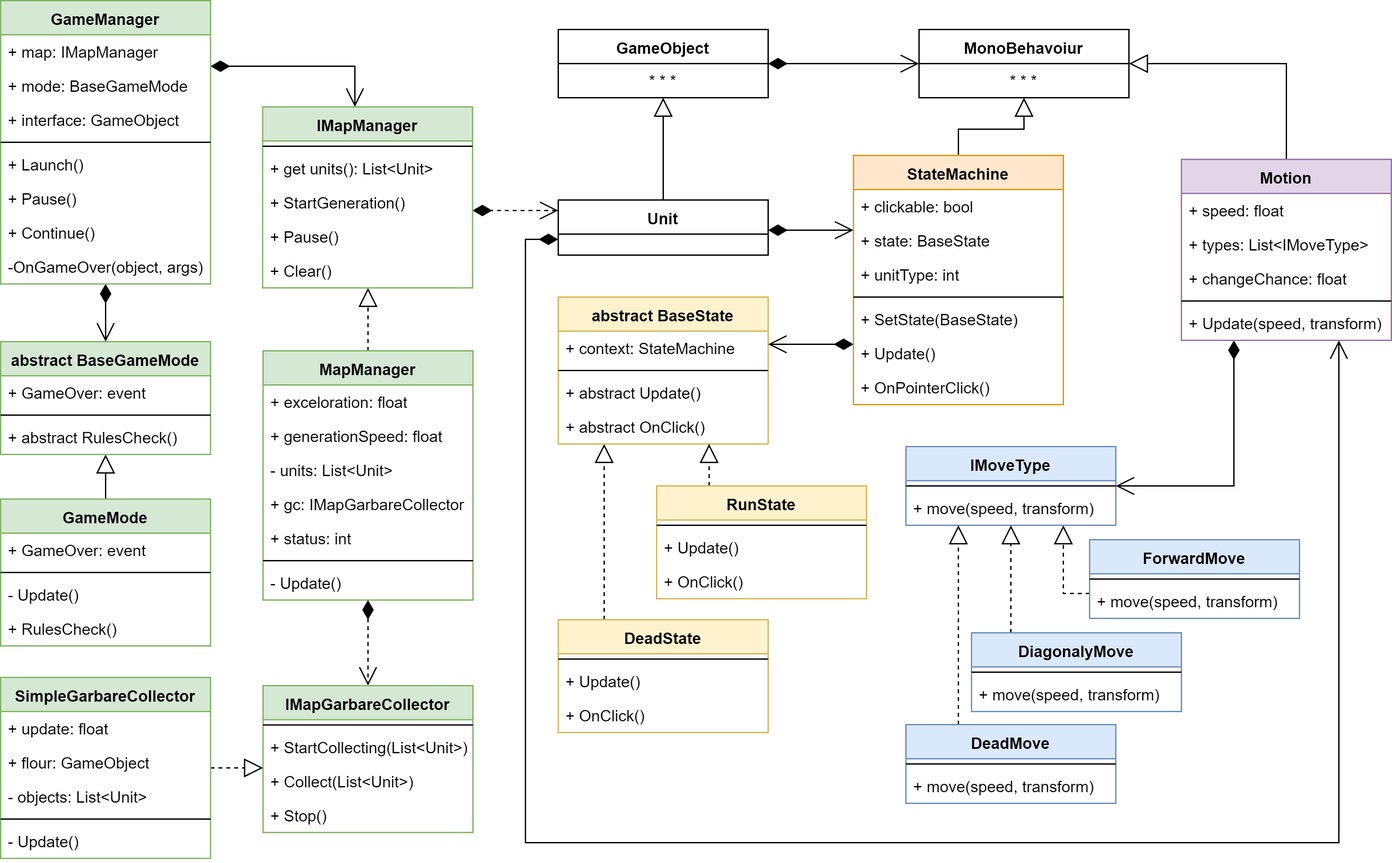
The draw.io diagram Docs/class diagram.png in EdwardBrave/SimpleClicker, before a commit. Source tidied: cells renumbered, new cells last; positions are measured from the earlier drawing's top-left corner, leaving out a move shared by most shapes.
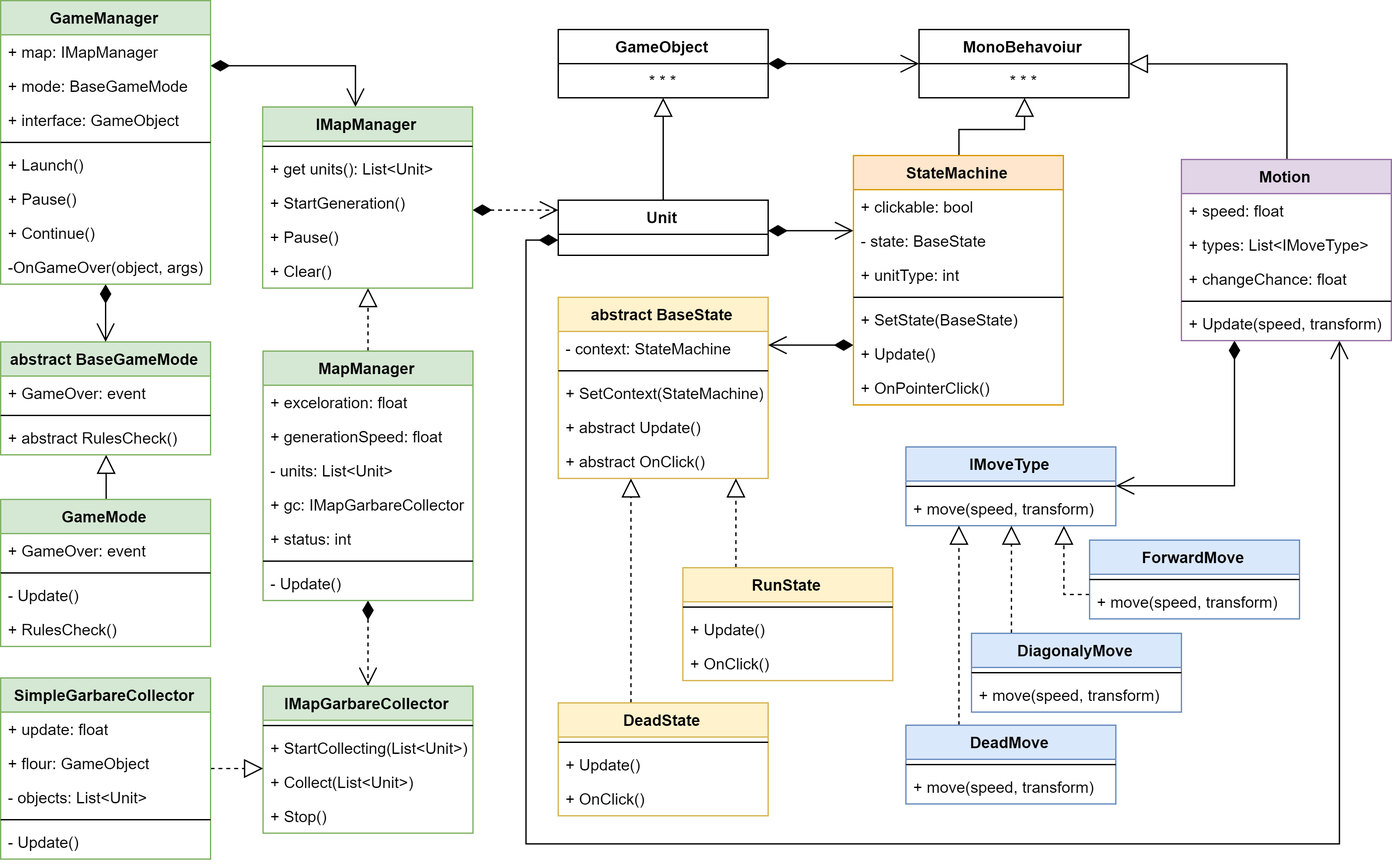
After the commit.

Change to the diagram source:
```diff
@@ -199,13 +199,13 @@
     <mxCell id="52" style="edgeStyle=orthogonalEdgeStyle;rounded=0;jettySize=auto;html=1;endArrow=block;endFill=0;endSize=12;startSize=12;dashed=1;" parent="1" edge="1" source="53" target="57">
       <mxGeometry relative="1" as="geometry">
         <Array as="points">
-          <mxPoint x="460" y="362" />
-          <mxPoint x="460" y="362" />
+          <mxPoint x="480" y="440" />
+          <mxPoint x="480" y="440" />
         </Array>
       </mxGeometry>
     </mxCell>
     <mxCell id="53" value="DeadState" style="swimlane;fontStyle=1;align=center;verticalAlign=top;horizontal=1;startSize=26;fillColor=#fff2cc;strokeColor=#d6b656;" parent="1" vertex="1">
-      <mxGeometry x="425" y="472" width="160" height="86" as="geometry" />
+      <mxGeometry x="425" y="535" width="160" height="86" as="geometry" />
     </mxCell>
     <mxCell id="54" style="line;strokeWidth=1;fillColor=none;align=left;verticalAlign=middle;spacingTop=-1;spacingLeft=3;spacingRight=3;labelPosition=right;" parent="53" vertex="1">
       <mxGeometry y="26" width="160" height="8" as="geometry" />
@@ -217,30 +217,33 @@
       <mxGeometry y="60" width="160" height="26" as="geometry" />
     </mxCell>
     <mxCell id="57" value="abstract BaseState" style="swimlane;fontStyle=1;align=center;verticalAlign=top;horizontal=1;startSize=26;fillColor=#fff2cc;strokeColor=#d6b656;" parent="1" vertex="1">
-      <mxGeometry x="425" y="226" width="160" height="112" as="geometry" />
+      <mxGeometry x="425" y="226" width="160" height="138" as="geometry" />
     </mxCell>
-    <mxCell id="58" value="+ context: StateMachine" style="text;strokeColor=none;fillColor=none;align=left;verticalAlign=top;spacingLeft=4;spacingRight=4;overflow=hidden;" parent="57" vertex="1">
+    <mxCell id="58" value="- context: StateMachine" style="text;strokeColor=none;fillColor=none;align=left;verticalAlign=top;spacingLeft=4;spacingRight=4;overflow=hidden;" parent="57" vertex="1">
       <mxGeometry y="26" width="160" height="26" as="geometry" />
     </mxCell>
     <mxCell id="59" style="line;strokeWidth=1;fillColor=none;align=left;verticalAlign=middle;spacingTop=-1;spacingLeft=3;spacingRight=3;labelPosition=right;" parent="57" vertex="1">
       <mxGeometry y="52" width="160" height="8" as="geometry" />
     </mxCell>
+    <mxCell id="110" value="+ SetContext(StateMachine)" style="text;strokeColor=none;fillColor=none;align=left;verticalAlign=top;spacingLeft=4;spacingRight=4;overflow=hidden;" parent="57" vertex="1">
+      <mxGeometry y="60" width="160" height="26" as="geometry" />
+    </mxCell>
     <mxCell id="60" value="+ abstract Update()" style="text;strokeColor=none;fillColor=none;align=left;verticalAlign=top;spacingLeft=4;spacingRight=4;overflow=hidden;" parent="57" vertex="1">
-      <mxGeometry y="60" width="160" height="26" as="geometry" />
+      <mxGeometry y="86" width="160" height="26" as="geometry" />
     </mxCell>
     <mxCell id="61" value="+ abstract OnClick()" style="text;strokeColor=none;fillColor=none;align=left;verticalAlign=top;spacingLeft=4;spacingRight=4;overflow=hidden;" parent="57" vertex="1">
-      <mxGeometry y="86" width="160" height="26" as="geometry" />
+      <mxGeometry y="112" width="160" height="26" as="geometry" />
     </mxCell>
     <mxCell id="62" style="edgeStyle=orthogonalEdgeStyle;rounded=0;jettySize=auto;html=1;dashed=1;startSize=12;endArrow=block;endFill=0;endSize=12;" parent="1" edge="1" source="63" target="57">
       <mxGeometry relative="1" as="geometry">
         <Array as="points">
-          <mxPoint x="540" y="362" />
-          <mxPoint x="540" y="362" />
+          <mxPoint x="560" y="390" />
+          <mxPoint x="560" y="390" />
         </Array>
       </mxGeometry>
     </mxCell>
     <mxCell id="63" value="RunState" style="swimlane;fontStyle=1;align=center;verticalAlign=top;horizontal=1;startSize=26;fillColor=#fff2cc;strokeColor=#d6b656;" parent="1" vertex="1">
-      <mxGeometry x="500" y="370" width="160" height="86" as="geometry" />
+      <mxGeometry x="520" y="432" width="160" height="86" as="geometry" />
     </mxCell>
     <mxCell id="64" style="line;strokeWidth=1;fillColor=none;align=left;verticalAlign=middle;spacingTop=-1;spacingLeft=3;spacingRight=3;labelPosition=right;" parent="63" vertex="1">
       <mxGeometry y="26" width="160" height="8" as="geometry" />
@@ -268,7 +271,7 @@
     <mxCell id="70" value="+ clickable: bool" style="text;strokeColor=none;fillColor=none;align=left;verticalAlign=top;spacingLeft=4;spacingRight=4;overflow=hidden;" parent="69" vertex="1">
       <mxGeometry y="26" width="160" height="26" as="geometry" />
     </mxCell>
-    <mxCell id="71" value="+ state: BaseState" style="text;strokeColor=none;fillColor=none;align=left;verticalAlign=top;spacingLeft=4;spacingRight=4;overflow=hidden;" parent="69" vertex="1">
+    <mxCell id="71" value="- state: BaseState" style="text;strokeColor=none;fillColor=none;align=left;verticalAlign=top;spacingLeft=4;spacingRight=4;overflow=hidden;" parent="69" vertex="1">
       <mxGeometry y="52" width="160" height="26" as="geometry" />
     </mxCell>
     <mxCell id="72" value="+ unitType: int" style="text;strokeColor=none;fillColor=none;align=left;verticalAlign=top;spacingLeft=4;spacingRight=4;overflow=hidden;" parent="69" vertex="1">
```
